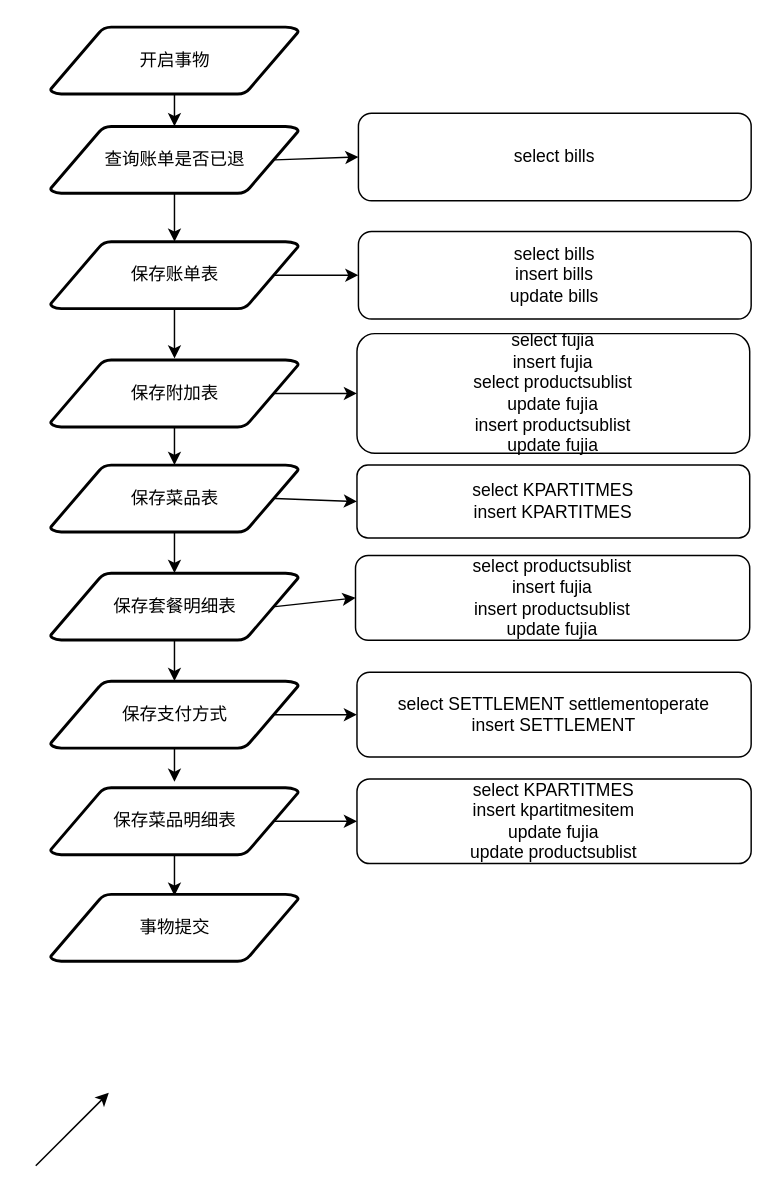
The draw.io diagram POS-整单退-核心逻辑图.drawio in shancoder/test, before the edit. Source tidied: cells renumbered, new cells numbered last; positions are measured from the earlier drawing's top-left corner, leaving out a move shared by most shapes. Both pictures are drawn from the tidied source at 146%, with x=0, y=0 at pixel (35, 26).
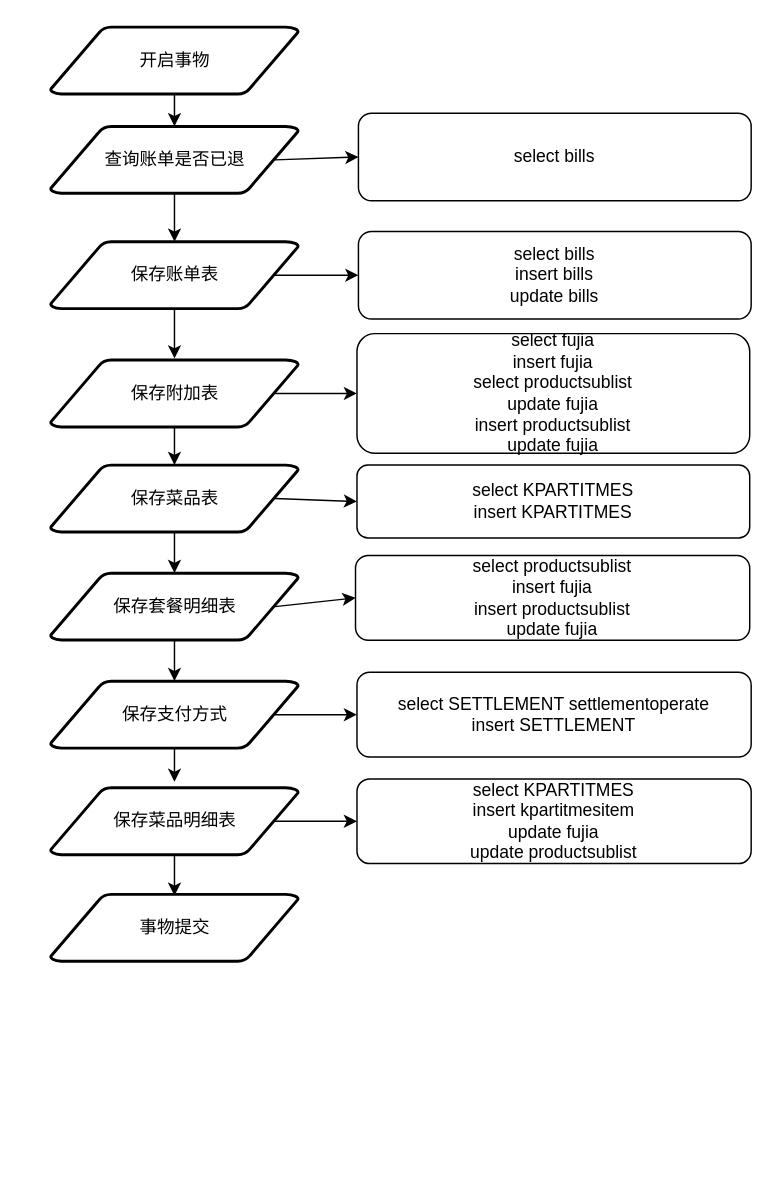
The same page after the edit.

Commit message (it also covers changes not shown here):
Update POS-整单退-核心逻辑图.drawio

The edit, as a diff of the source:
```diff
@@
-    <mxCell id="20" style="endArrow=classic;html=1;" parent="1" edge="1">
-      <mxGeometry relative="1" as="geometry">
-        <mxPoint y="780" as="sourcePoint" />
-        <mxPoint x="50" y="730" as="targetPoint" />
-      </mxGeometry>
-    </mxCell>
```
